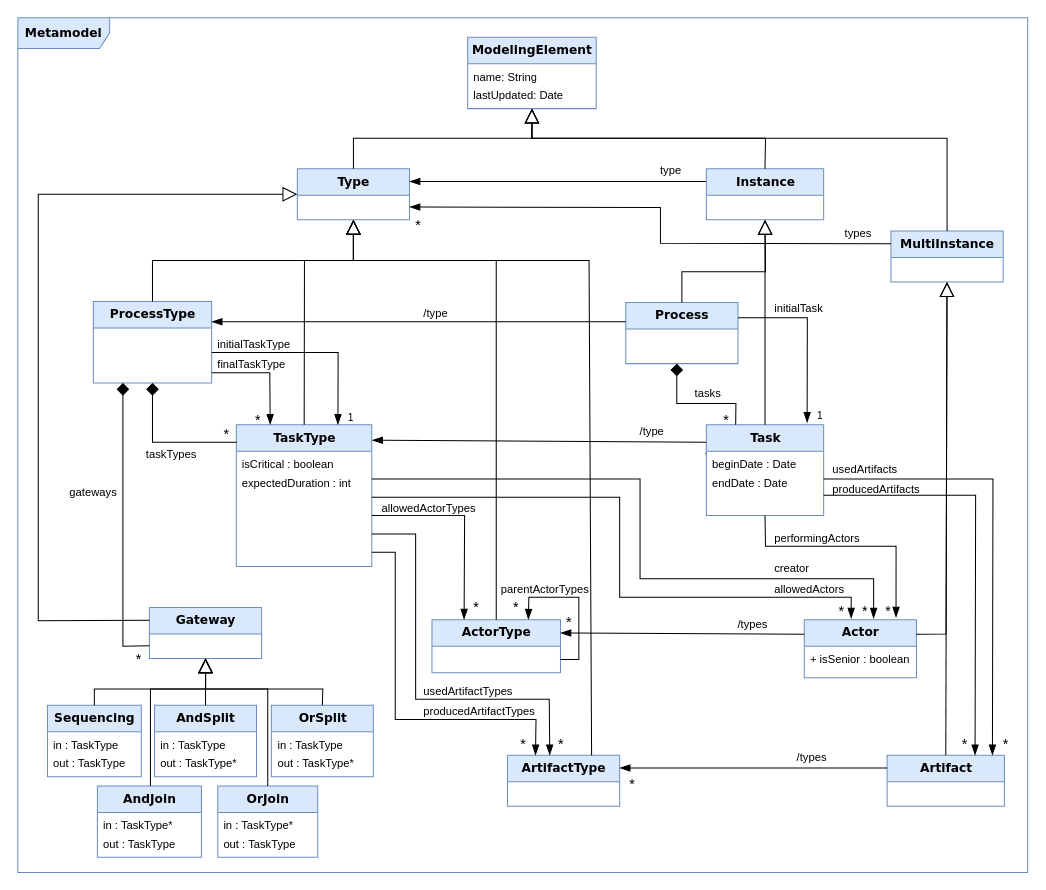
labsticc-p4s/multi-process-challenge keeps this draw.io diagram as Figures/Metamodel.drawio. Above is the earlier version. Source tidied: cells renumbered, new cells numbered last; positions are measured from the earlier drawing's top-left corner, leaving out a move shared by most shapes. Both pictures are drawn from the tidied source at 102%, with x=0, y=0 at pixel (17, 17).
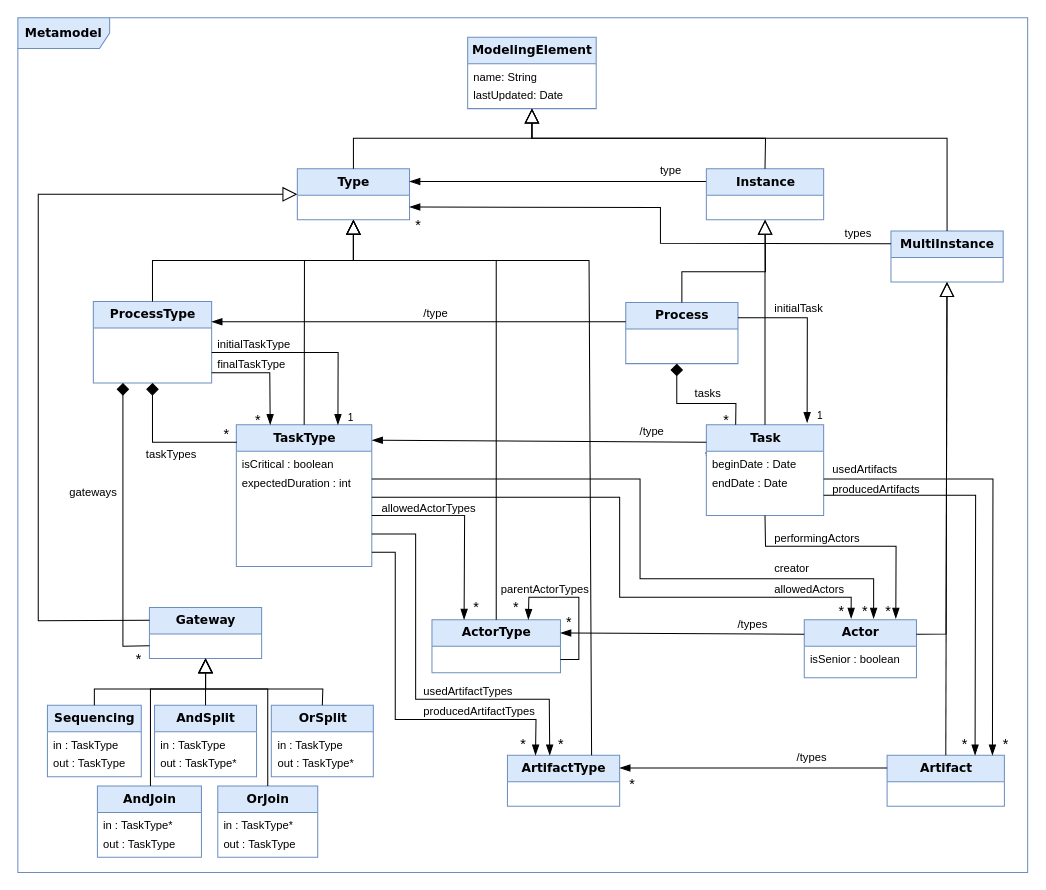
The same page after the edit.

Commit message (it also covers changes not shown here):
des retouches graphiques

The change refers to these unchanged cells:
```xml
<mxCell id="43" value="&lt;font style=&quot;font-size: 12px&quot;&gt;&lt;b&gt;Task&lt;/b&gt;&lt;/font&gt;" style="swimlane;html=1;fontStyle=0;horizontal=1;startSize=26;fillColor=#dae8fc;swimlaneFillColor=#ffffff;rounded=0;shadow=0;comic=0;labelBackgroundColor=none;strokeWidth=1;fontFamily=Verdana;fontSize=10;align=center;strokeColor=#6c8ebf;" parent="1" vertex="1">
  <mxGeometry x="675" y="399" width="115" height="89" as="geometry" />
</mxCell>
<mxCell id="50" value="&lt;font style=&quot;font-size: 12px&quot;&gt;&lt;b&gt;Actor&lt;/b&gt;&lt;/font&gt;" style="swimlane;html=1;fontStyle=0;horizontal=1;startSize=26;fillColor=#dae8fc;swimlaneFillColor=#ffffff;rounded=0;shadow=0;comic=0;labelBackgroundColor=none;strokeWidth=1;fontFamily=Verdana;fontSize=10;align=center;strokeColor=#6c8ebf;" parent="1" vertex="1">
  <mxGeometry x="771" y="590" width="110" height="57" as="geometry" />
</mxCell>
```

The edit, as a diff of the source:
```diff
@@
-    <mxCell id="51" value="+ isSenior : boolean" style="text;html=1;strokeColor=none;fillColor=none;align=left;verticalAlign=top;spacingLeft=4;spacingRight=4;whiteSpace=wrap;overflow=hidden;fontSize=11;" parent="50" vertex="1">
+    <mxCell id="51" value="isSenior : boolean" style="text;html=1;strokeColor=none;fillColor=none;align=left;verticalAlign=top;spacingLeft=4;spacingRight=4;whiteSpace=wrap;overflow=hidden;fontSize=11;" parent="50" vertex="1">
       <mxGeometry y="26" width="110" height="18" as="geometry" />
     </mxCell>
@@
-    <mxCell id="89" style="edgeStyle=none;rounded=0;jettySize=auto;html=1;endArrow=blockThin;endFill=1;endSize=8;exitX=0.5;exitY=1;exitDx=0;exitDy=0;entryX=0.818;entryY=-0.035;entryDx=0;entryDy=0;entryPerimeter=0;" parent="1" edge="1" source="43" target="50">
+    <mxCell id="89" style="edgeStyle=none;rounded=0;jettySize=auto;html=1;endArrow=blockThin;endFill=1;endSize=8;exitX=0.5;exitY=1;exitDx=0;exitDy=0;entryX=0.816;entryY=-0.018;entryDx=0;entryDy=0;entryPerimeter=0;" parent="1" edge="1" source="43" target="50">
       <mxGeometry relative="1" as="geometry">
         <Array as="points">
           <mxPoint x="733" y="518" />
           <mxPoint x="861" y="518" />
         </Array>
       </mxGeometry>
     </mxCell>
```
